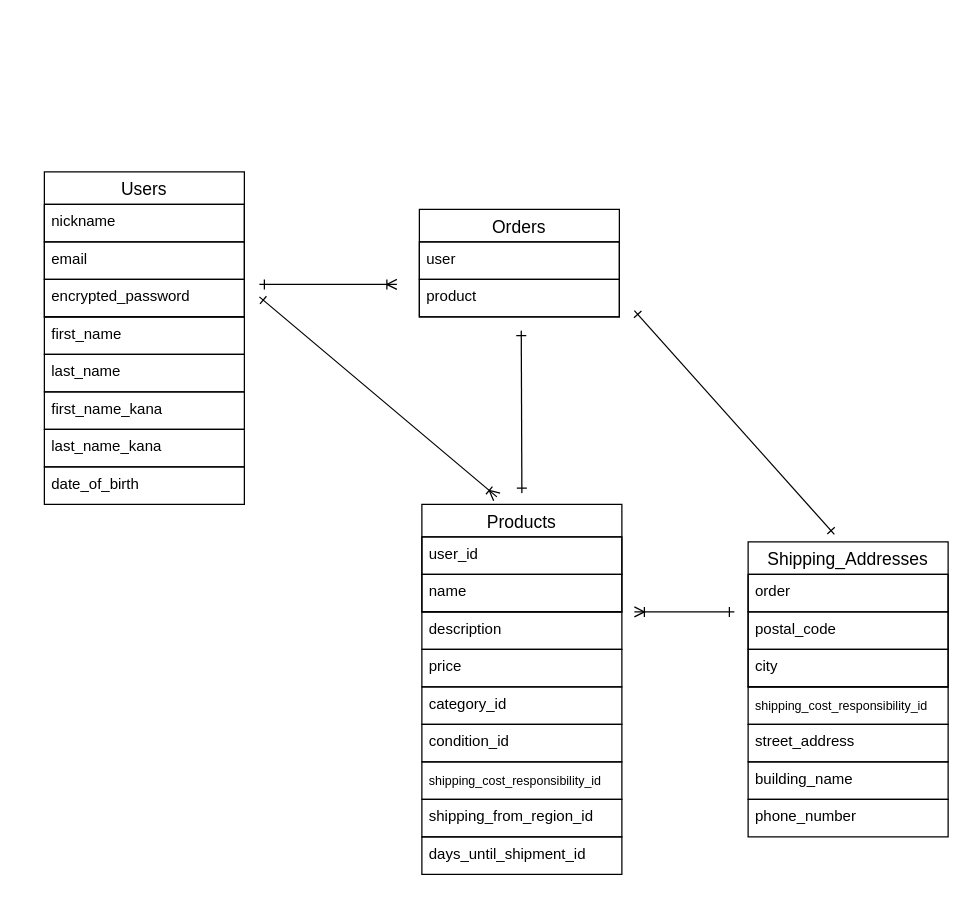
Earlier version of the draw.io diagram page "ページ1" (1 of 2) of test.dio (buhibuhiRich/furima-39891). Source tidied: cells renumbered, new cells numbered last; positions are measured from the earlier drawing's top-left corner, leaving out a move shared by most shapes. Both pictures are drawn from the tidied source at 125%, with x=0, y=0 at pixel (44, 171).
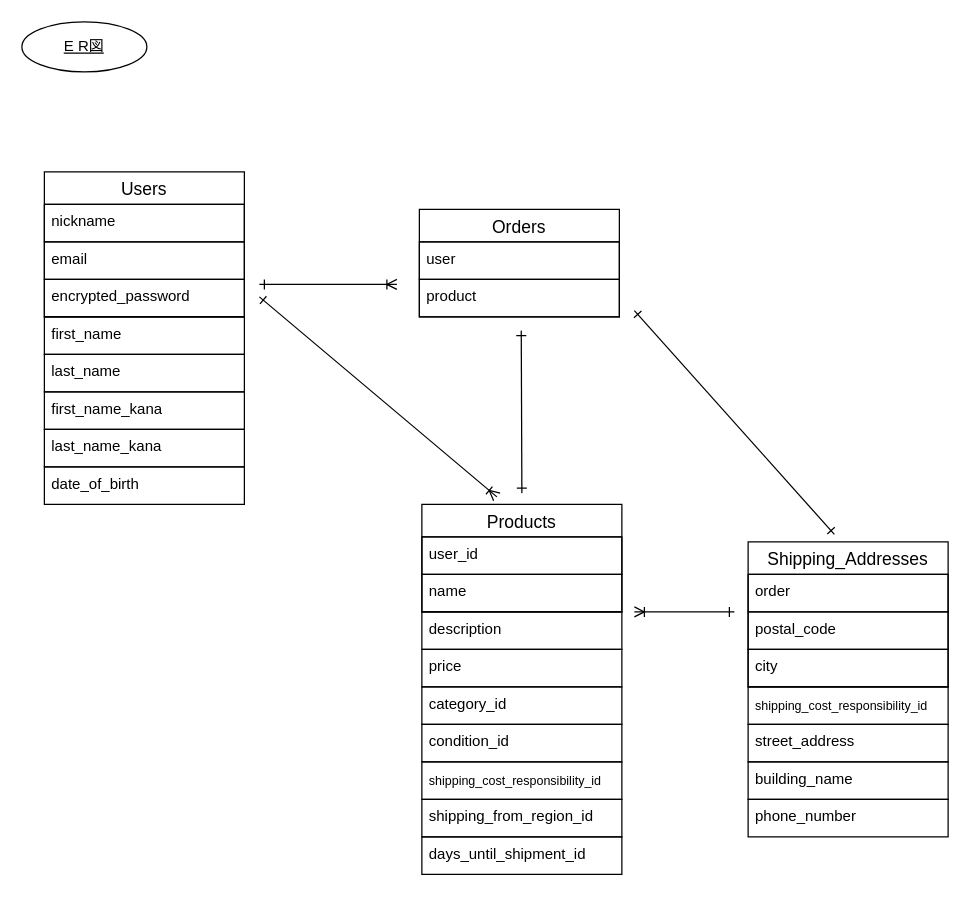
The same page after the edit.

The edit, as a diff of the source:
```diff
@@
+    <mxCell id="37" value="E R図" style="ellipse;whiteSpace=wrap;html=1;align=center;fontStyle=4;" parent="1" vertex="1">
+      <mxGeometry x="-18" y="-120" width="100" height="40" as="geometry" />
+    </mxCell>
```
